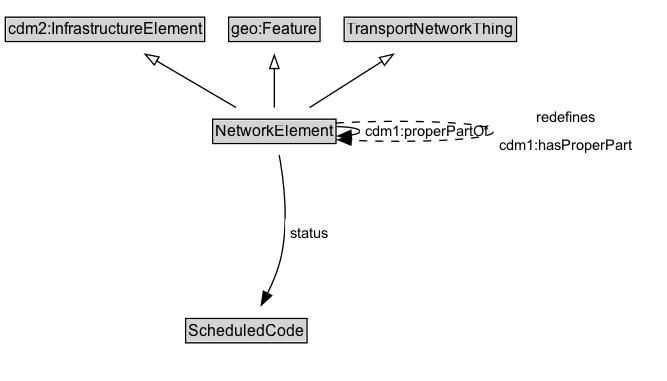
Above: docs/diagrams/NetworkElement.dot.png in ISO-TC204/ontology-cdm-p3-v1 (Graphviz), before the change. Its source is kept beside it as docs/diagrams/NetworkElement.dot. The source it was exported from:
```dot
digraph {
	graph [overlap=false rankdir=TB splines=true]
	node [fontname=Arial fontsize=12 margin=0 shape=none]
	edge [fontname=Arial fontsize=11]
	{
		rank=source
		cdm2_InfrastructureElement [label=<<TABLE BORDER="1" CELLBORDER="0" CELLSPACING="0" CELLPADDING="1"><TR><TD BGCOLOR="lightgray" ALIGN="CENTER">cdm2:InfrastructureElement</TD></TR></TABLE>> URL="https://w3id.org/citydata/part2/v1/InfrastructureElement" margin=0]
		geo_Feature [label=<<TABLE BORDER="1" CELLBORDER="0" CELLSPACING="0" CELLPADDING="1"><TR><TD BGCOLOR="lightgray" ALIGN="CENTER">geo:Feature</TD></TR></TABLE>> URL="https://w3id.org/citydata/imported/geo/latest/Feature" margin=0]
		TransportNetworkThing [label=<<TABLE BORDER="1" CELLBORDER="0" CELLSPACING="0" CELLPADDING="1"><TR><TD BGCOLOR="lightgray" ALIGN="CENTER">TransportNetworkThing</TD></TR></TABLE>> URL="../TransportNetworkThing" margin=0]
	}
	NetworkElement [label=<<TABLE BORDER="1" CELLBORDER="0" CELLSPACING="0" CELLPADDING="1"><TR><TD BGCOLOR="lightgray" ALIGN="CENTER">NetworkElement</TD></TR><TR><TD ALIGN="LEFT">redefines cdm1:hasIdentifier : xsd:string [1]</TD></TR></TABLE>> URL="../NetworkElement" margin=0]
	{
		rank=max
	}
	subgraph cluster_associated {
		label="" style=invis
		Invis [label=<<TABLE BORDER="0" CELLBORDER="0" CELLSPACING="0" CELLPADDING="1"><TR><TD></TD></TR></TABLE>> margin=0 style=invis]
		ScheduledCode [label=<<TABLE BORDER="1" CELLBORDER="0" CELLSPACING="0" CELLPADDING="1"><TR><TD BGCOLOR="lightgray" ALIGN="CENTER">ScheduledCode</TD></TR></TABLE>> URL="../ScheduledCode" margin=0]
	}
	NetworkElement -> cdm2_InfrastructureElement [arrowhead=onormal style=solid]
	NetworkElement -> geo_Feature [arrowhead=onormal style=solid]
	NetworkElement -> TransportNetworkThing [arrowhead=onormal style=solid]
	NetworkElement -> Invis [style=invis]
	Invis -> ScheduledCode [style=invis]
	ScheduledCode [label=<<TABLE BORDER="1" CELLBORDER="0" CELLSPACING="0" CELLPADDING="1"><TR><TD BGCOLOR="lightgray" ALIGN="CENTER">ScheduledCode</TD></TR></TABLE>> URL="../ScheduledCode" margin=0]
	NetworkElement -> ScheduledCode [label=<<TABLE BORDER="0" CELLBORDER="0" CELLSPACING="0" CELLPADDING="4" BGCOLOR="white"><TR><TD ALIGN="CENTER">status</TD></TR></TABLE>> arrowhead=normal style=solid]
	NetworkElement [label=<<TABLE BORDER="1" CELLBORDER="0" CELLSPACING="0" CELLPADDING="1"><TR><TD BGCOLOR="lightgray" ALIGN="CENTER">NetworkElement</TD></TR></TABLE>> URL="../NetworkElement" margin=0]
	NetworkElement -> NetworkElement [label=<<TABLE BORDER="0" CELLBORDER="0" CELLSPACING="0" CELLPADDING="4" BGCOLOR="white"><TR><TD ALIGN="CENTER">cdm1:properPartOf</TD></TR></TABLE>> arrowhead=normal style=solid]
	NetworkElement -> NetworkElement [label=<<TABLE BORDER="0" CELLBORDER="0" CELLSPACING="0" CELLPADDING="4" BGCOLOR="white"><TR><TD ALIGN="CENTER">redefines</TD></TR><TR><TD ALIGN="CENTER">cdm1:hasProperPart</TD></TR></TABLE>> arrowhead=normal style=dashed]
}
```
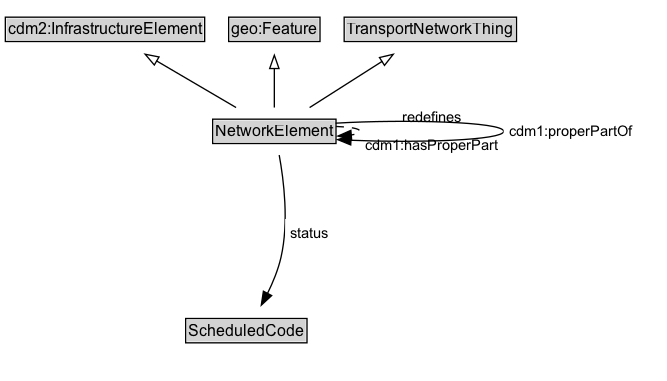
Later version of the same file.

Change to the diagram source:
```diff
@@ -22,9 +22,9 @@
 	NetworkElement -> TransportNetworkThing [arrowhead=onormal style=solid]
 	NetworkElement -> Invis [style=invis]
 	Invis -> ScheduledCode [style=invis]
+	NetworkElement [label=<<TABLE BORDER="1" CELLBORDER="0" CELLSPACING="0" CELLPADDING="1"><TR><TD BGCOLOR="lightgray" ALIGN="CENTER">NetworkElement</TD></TR></TABLE>> URL="../NetworkElement" margin=0]
+	NetworkElement -> NetworkElement [label=<<TABLE BORDER="0" CELLBORDER="0" CELLSPACING="0" CELLPADDING="4" BGCOLOR="white"><TR><TD ALIGN="CENTER">redefines</TD></TR><TR><TD ALIGN="CENTER">cdm1:hasProperPart</TD></TR></TABLE>> arrowhead=normal style=dashed]
+	NetworkElement -> NetworkElement [label=<<TABLE BORDER="0" CELLBORDER="0" CELLSPACING="0" CELLPADDING="4" BGCOLOR="white"><TR><TD ALIGN="CENTER">cdm1:properPartOf</TD></TR></TABLE>> arrowhead=normal style=solid]
 	ScheduledCode [label=<<TABLE BORDER="1" CELLBORDER="0" CELLSPACING="0" CELLPADDING="1"><TR><TD BGCOLOR="lightgray" ALIGN="CENTER">ScheduledCode</TD></TR></TABLE>> URL="../ScheduledCode" margin=0]
 	NetworkElement -> ScheduledCode [label=<<TABLE BORDER="0" CELLBORDER="0" CELLSPACING="0" CELLPADDING="4" BGCOLOR="white"><TR><TD ALIGN="CENTER">status</TD></TR></TABLE>> arrowhead=normal style=solid]
-	NetworkElement [label=<<TABLE BORDER="1" CELLBORDER="0" CELLSPACING="0" CELLPADDING="1"><TR><TD BGCOLOR="lightgray" ALIGN="CENTER">NetworkElement</TD></TR></TABLE>> URL="../NetworkElement" margin=0]
-	NetworkElement -> NetworkElement [label=<<TABLE BORDER="0" CELLBORDER="0" CELLSPACING="0" CELLPADDING="4" BGCOLOR="white"><TR><TD ALIGN="CENTER">cdm1:properPartOf</TD></TR></TABLE>> arrowhead=normal style=solid]
-	NetworkElement -> NetworkElement [label=<<TABLE BORDER="0" CELLBORDER="0" CELLSPACING="0" CELLPADDING="4" BGCOLOR="white"><TR><TD ALIGN="CENTER">redefines</TD></TR><TR><TD ALIGN="CENTER">cdm1:hasProperPart</TD></TR></TABLE>> arrowhead=normal style=dashed]
 }
```
